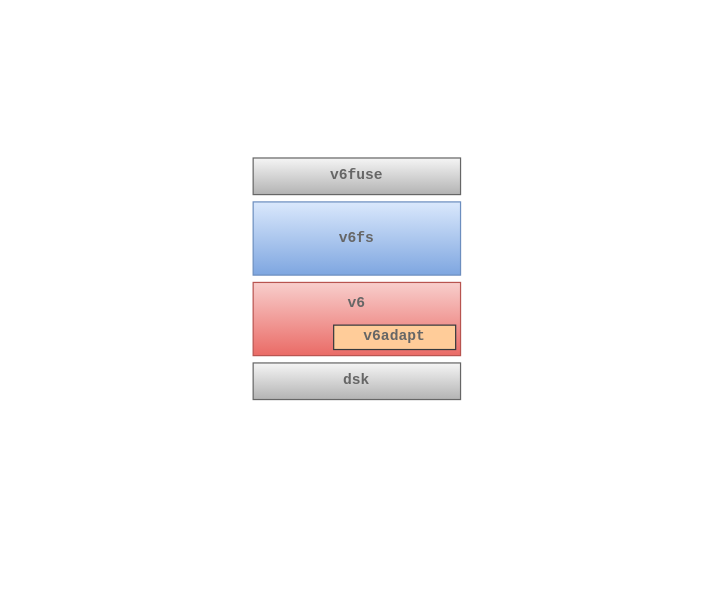
Before: doc/v6fs-architecture.drawio in jaylogue/retro-fuse, a draw.io diagram. Source tidied: cells renumbered, new cells numbered last; positions are measured from the earlier drawing's top-left corner, leaving out a move shared by most shapes. Both pictures are drawn from the tidied source at 122%, with x=0, y=0 at pixel (253, 157).
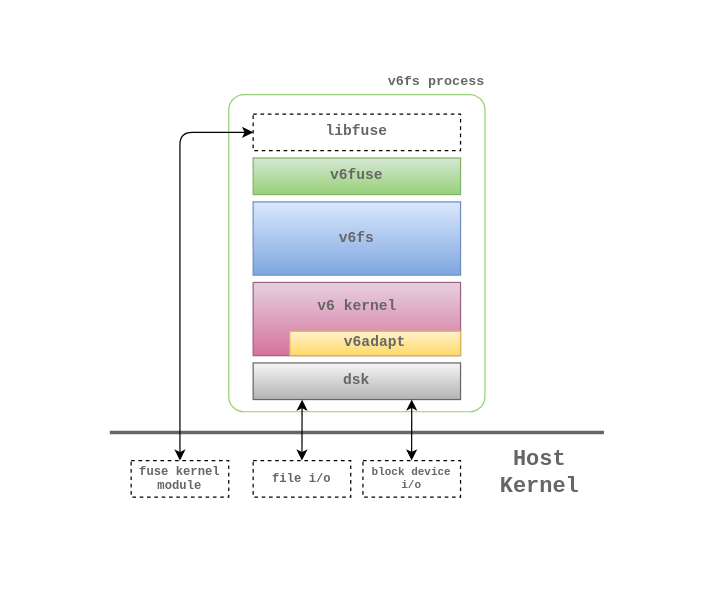
The same diagram, later.

Unchanged cells that the change refers to:
```xml
<mxCell id="7" value="&lt;b&gt;dsk&lt;/b&gt;" style="rounded=0;whiteSpace=wrap;html=1;gradientColor=#b3b3b3;fillColor=#f5f5f5;strokeColor=#666666;fontFamily=Courier New;fontColor=#666666;" parent="1" vertex="1">
  <mxGeometry y="168" width="170" height="30" as="geometry" />
</mxCell>
```

Change to the diagram source:
```diff
@@
+    <mxCell id="8" style="rounded=0;whiteSpace=wrap;html=1;fontFamily=Courier New;fontSize=18;fontColor=#666666;align=right;strokeColor=#FFFFFF;" parent="1" vertex="1">
+      <mxGeometry x="-190" y="-112" width="550" height="450" as="geometry" />
+    </mxCell>
+    <mxCell id="9" style="rounded=1;whiteSpace=wrap;html=1;fontFamily=Courier New;fontSize=10;fillColor=none;strokeColor=#97D077;arcSize=6;" parent="1" vertex="1">
+      <mxGeometry x="-20" y="-52" width="210" height="260" as="geometry" />
+    </mxCell>
-    <mxCell id="2" value="&lt;b&gt;v6fuse&lt;/b&gt;" style="rounded=0;whiteSpace=wrap;html=1;fillColor=#f5f5f5;strokeColor=#666666;gradientColor=#b3b3b3;fontFamily=Courier New;fontColor=#666666;" parent="1" vertex="1">
+    <mxCell id="2" value="&lt;b&gt;v6fuse&lt;/b&gt;" style="rounded=0;whiteSpace=wrap;html=1;fillColor=#d5e8d4;strokeColor=#82b366;gradientColor=#97d077;fontFamily=Courier New;fontColor=#666666;" parent="1" vertex="1">
       <mxGeometry width="170" height="30" as="geometry" />
     </mxCell>
@@
-    <mxCell id="4" style="rounded=0;whiteSpace=wrap;html=1;gradientColor=#ea6b66;fillColor=#f8cecc;strokeColor=#b85450;fontFamily=Courier New;" parent="1" vertex="1">
+    <mxCell id="4" style="rounded=0;whiteSpace=wrap;html=1;gradientColor=#d5739d;fillColor=#e6d0de;strokeColor=#996185;fontFamily=Courier New;" parent="1" vertex="1">
       <mxGeometry y="102" width="170" height="60" as="geometry" />
     </mxCell>
-    <mxCell id="5" value="&lt;b&gt;v6adapt&lt;/b&gt;" style="rounded=0;whiteSpace=wrap;html=1;fillColor=#ffcc99;strokeColor=#36393d;fontFamily=Courier New;fontColor=#666666;" parent="1" vertex="1">
-      <mxGeometry x="66" y="137" width="100" height="20" as="geometry" />
+    <mxCell id="5" value="&lt;b&gt;v6adapt&lt;/b&gt;" style="rounded=0;whiteSpace=wrap;html=1;fillColor=#fff2cc;strokeColor=#d6b656;fontFamily=Courier New;gradientColor=#ffd966;fontColor=#666666;" parent="1" vertex="1">
+      <mxGeometry x="30" y="142" width="140" height="20" as="geometry" />
     </mxCell>
-    <mxCell id="6" value="v6" style="text;html=1;strokeColor=none;fillColor=none;align=center;verticalAlign=middle;whiteSpace=wrap;rounded=0;fontStyle=1;fontFamily=Courier New;fontColor=#666666;" parent="1" vertex="1">
-      <mxGeometry x="65" y="110" width="40" height="20" as="geometry" />
+    <mxCell id="6" value="v6 kernel" style="text;html=1;strokeColor=none;fillColor=none;align=center;verticalAlign=middle;whiteSpace=wrap;rounded=0;fontStyle=1;fontFamily=Courier New;fontColor=#666666;" parent="1" vertex="1">
+      <mxGeometry x="47.5" y="112" width="75" height="20" as="geometry" />
     </mxCell>
@@
+    <mxCell id="10" style="endArrow=none;html=1;fontFamily=Courier New;fontColor=#666666;strokeWidth=3;strokeColor=#666666;" parent="1" edge="1">
+      <mxGeometry relative="1" as="geometry">
+        <mxPoint x="-117.5" y="225" as="sourcePoint" />
+        <mxPoint x="287.5" y="225" as="targetPoint" />
+      </mxGeometry>
+    </mxCell>
+    <mxCell id="11" value="&lt;div style=&quot;font-size: 9px&quot;&gt;block device i/o&lt;br&gt;&lt;/div&gt;" style="rounded=0;whiteSpace=wrap;html=1;fontFamily=Courier New;fontColor=#666666;dashed=1;fontStyle=1;" parent="1" vertex="1">
+      <mxGeometry x="90" y="248" width="80" height="30" as="geometry" />
+    </mxCell>
+    <mxCell id="12" value="file i/o" style="rounded=0;whiteSpace=wrap;html=1;fontFamily=Courier New;fontColor=#666666;dashed=1;fontStyle=1;fontSize=10;" parent="1" vertex="1">
+      <mxGeometry y="248" width="80" height="30" as="geometry" />
+    </mxCell>
+    <mxCell id="13" value="&lt;div&gt;fuse kernel&lt;/div&gt;&lt;div&gt;module&lt;br&gt;&lt;/div&gt;" style="rounded=0;whiteSpace=wrap;html=1;fontFamily=Courier New;fontColor=#666666;dashed=1;fontStyle=1;fontSize=10;" parent="1" vertex="1">
+      <mxGeometry x="-100" y="248" width="80" height="30" as="geometry" />
+    </mxCell>
+    <mxCell id="14" value="libfuse" style="rounded=0;whiteSpace=wrap;html=1;fontFamily=Courier New;dashed=1;fontStyle=1;fontColor=#666666;" parent="1" vertex="1">
+      <mxGeometry y="-36" width="170" height="30" as="geometry" />
+    </mxCell>
+    <mxCell id="15" style="endArrow=classic;startArrow=classic;html=1;fontFamily=Courier New;fontSize=10;fontColor=#666666;exitX=0.5;exitY=0;exitDx=0;exitDy=0;entryX=0.236;entryY=1.004;entryDx=0;entryDy=0;entryPerimeter=0;" parent="1" edge="1" source="12" target="7">
+      <mxGeometry relative="1" as="geometry" />
+    </mxCell>
+    <mxCell id="16" style="endArrow=classic;startArrow=classic;html=1;fontFamily=Courier New;fontSize=10;fontColor=#666666;exitX=0.5;exitY=0;exitDx=0;exitDy=0;entryX=0;entryY=0.5;entryDx=0;entryDy=0;" parent="1" edge="1" source="13" target="14">
+      <mxGeometry relative="1" as="geometry">
+        <Array as="points">
+          <mxPoint x="-60" y="-21" />
+        </Array>
+      </mxGeometry>
+    </mxCell>
+    <mxCell id="17" style="endArrow=classic;startArrow=classic;html=1;fontFamily=Courier New;fontSize=10;fontColor=#666666;exitX=0.5;exitY=0;exitDx=0;exitDy=0;entryX=0.236;entryY=1.004;entryDx=0;entryDy=0;entryPerimeter=0;" parent="1" edge="1">
+      <mxGeometry relative="1" as="geometry">
+        <mxPoint x="129.9" y="247.9" as="sourcePoint" />
+        <mxPoint x="130" y="198" as="targetPoint" />
+      </mxGeometry>
+    </mxCell>
+    <mxCell id="18" value="v6fs process" style="text;html=1;strokeColor=none;fillColor=none;align=right;verticalAlign=middle;whiteSpace=wrap;rounded=0;fontFamily=Courier New;fontSize=11;fontColor=#666666;fontStyle=1;" parent="1" vertex="1">
+      <mxGeometry x="97" y="-72" width="95" height="20" as="geometry" />
+    </mxCell>
+    <mxCell id="19" value="&lt;div align=&quot;center&quot;&gt;Host&lt;br&gt;&lt;/div&gt;&lt;div align=&quot;center&quot;&gt;Kernel&lt;/div&gt;" style="text;html=1;strokeColor=none;fillColor=none;align=center;verticalAlign=middle;whiteSpace=wrap;rounded=0;fontFamily=Courier New;fontSize=18;fontColor=#666666;fontStyle=1;" parent="1" vertex="1">
+      <mxGeometry x="215" y="248" width="40" height="20" as="geometry" />
+    </mxCell>
```
